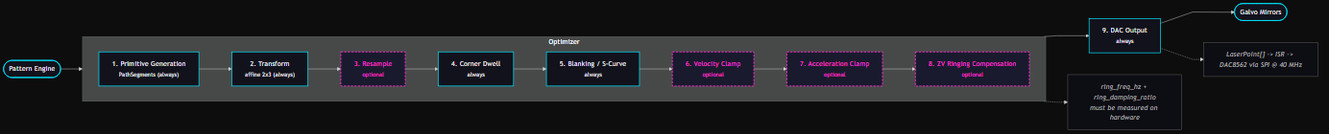
Above: docs/assets/diagrams/optimizer_pipeline.png in Andre1Becker/GalvOS (Mermaid), before the change. Its source is kept beside it as docs/assets/diagrams/optimizer_pipeline.mmd. Its diagram source:
```mermaid
%%{init: {"theme": "dark", "flowchart": {"curve": "linear"}}}%%
flowchart LR
    IN(["Pattern Engine"])

    subgraph OPT["Optimizer"]
        direction LR
        S1["1. Primitive Generation<br/><small>PathSegments (always)</small>"]
        S2["2. Transform<br/><small>affine 2x3 (always)</small>"]
        S3["3. Resample<br/><small>optional</small>"]:::optional
        S4["4. Corner Dwell<br/><small>always</small>"]
        S5["5. Blanking / S-Curve<br/><small>always</small>"]
        S6["6. Velocity Clamp<br/><small>optional</small>"]:::optional
        S7["7. Acceleration Clamp<br/><small>optional</small>"]:::optional
        S8["8. ZV Ringing Compensation<br/><small>optional</small>"]:::optional

        S1 --> S2 --> S3 --> S4 --> S5 --> S6 --> S7 --> S8
    end

    S9["9. DAC Output<br/><small>always</small>"]
    OUT(["Galvo Mirrors"])

    IN --> S1
    S8 --> S9 --> OUT

    N8["ring_freq_hz + ring_damping_ratio<br/>must be measured on hardware"]
    N9["LaserPoint[] -&gt; ISR -&gt; DAC8562 via SPI @ 40 MHz"]

    S8 -.-> N8
    S9 -.-> N9

    classDef optional fill:#1a1a2e,stroke:#ff2ecb,stroke-width:2px,stroke-dasharray:5 3,color:#ff2ecb
    classDef default fill:#12121c,stroke:#00e5ff,stroke-width:1.5px,color:#e6e6f0
    class IN,OUT default
    class S1,S2,S4,S5,S9 default
    class N8,N9 note

    classDef note fill:#0d0d14,stroke:#666,stroke-width:1px,color:#aaa,font-style:italic
```
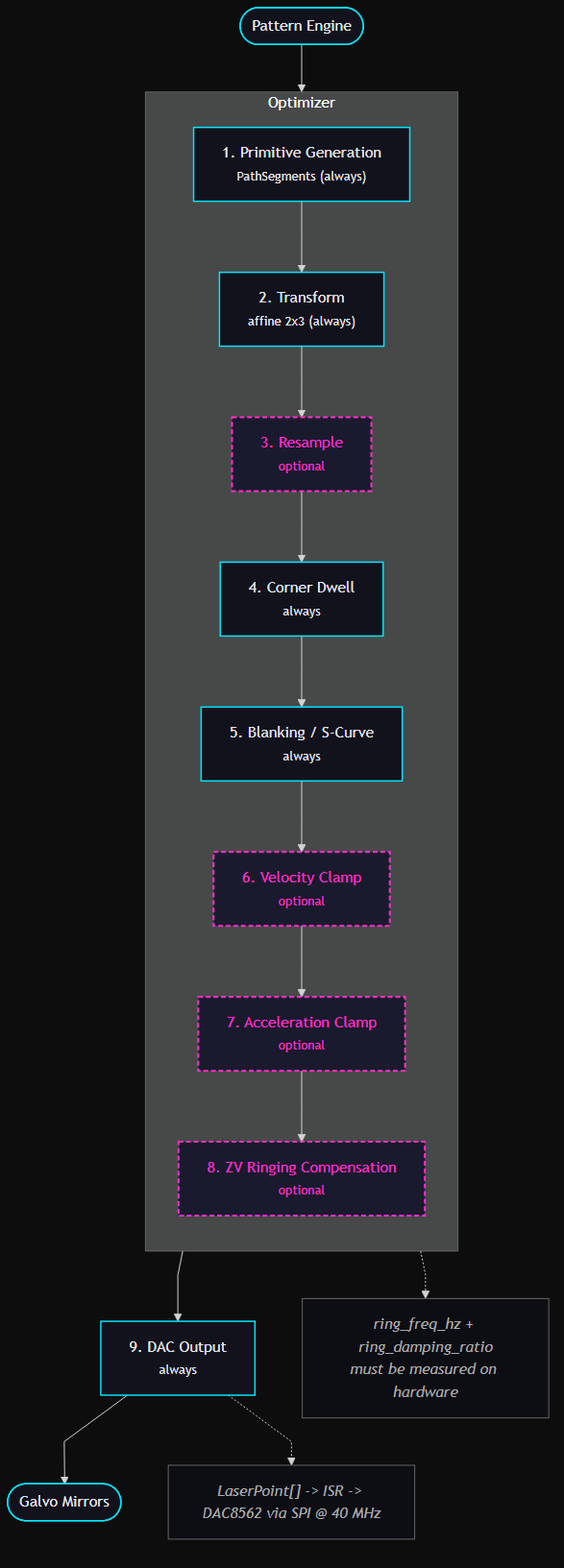
After the change.

Commit message:
docs: Optimizer diagrams stack vertically and shrink out of the way

The edit, as a diff of the source:
```diff
@@ -1,9 +1,9 @@
 %%{init: {"theme": "dark", "flowchart": {"curve": "linear"}}}%%
-flowchart LR
+flowchart TD
     IN(["Pattern Engine"])
 
     subgraph OPT["Optimizer"]
-        direction LR
+        direction TD
         S1["1. Primitive Generation<br/><small>PathSegments (always)</small>"]
         S2["2. Transform<br/><small>affine 2x3 (always)</small>"]
         S3["3. Resample<br/><small>optional</small>"]:::optional
```
